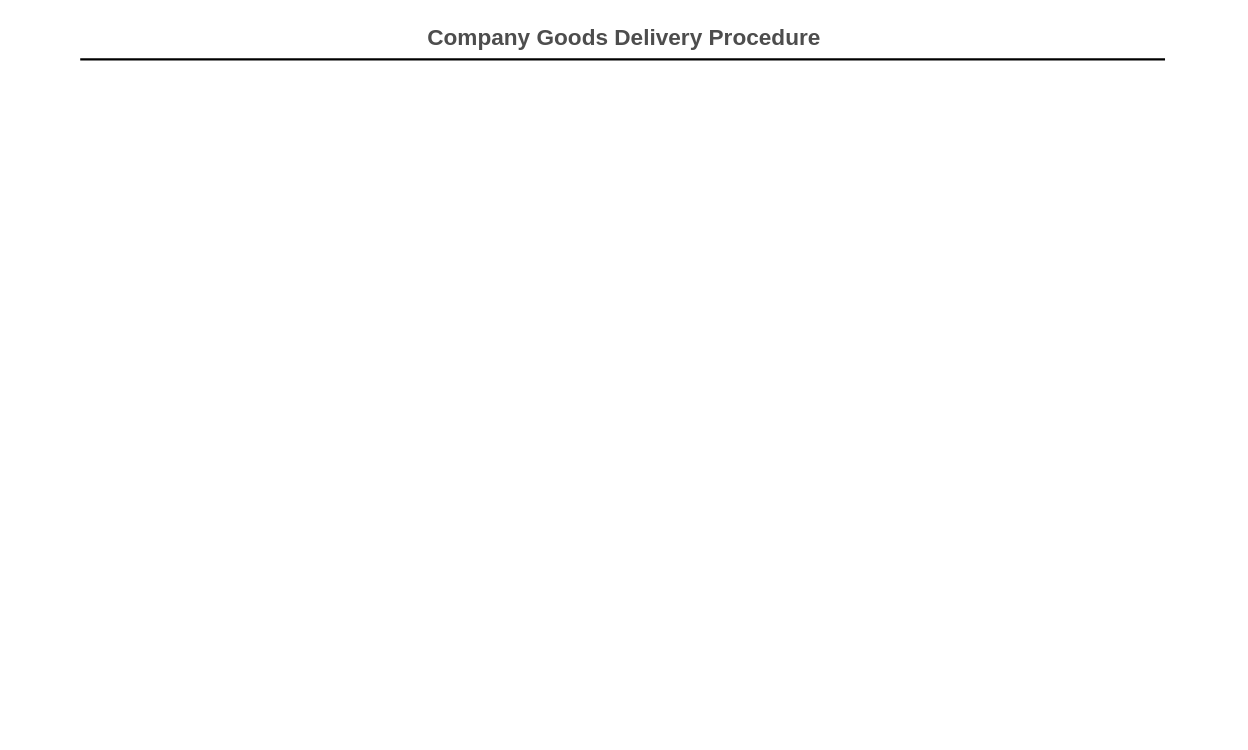
Earlier version of the draw.io diagram Untitled Diagram.drawio (dcc97/aws-kinesis-s3-athena). Source tidied: cells renumbered, new cells numbered last; positions are measured from the earlier drawing's top-left corner, leaving out a move shared by most shapes. Both pictures are drawn from the tidied source at 113%, with x=0, y=0 at pixel (80, 19). Pictures stored in the file or linked from it are replaced by grey dashed boxes.
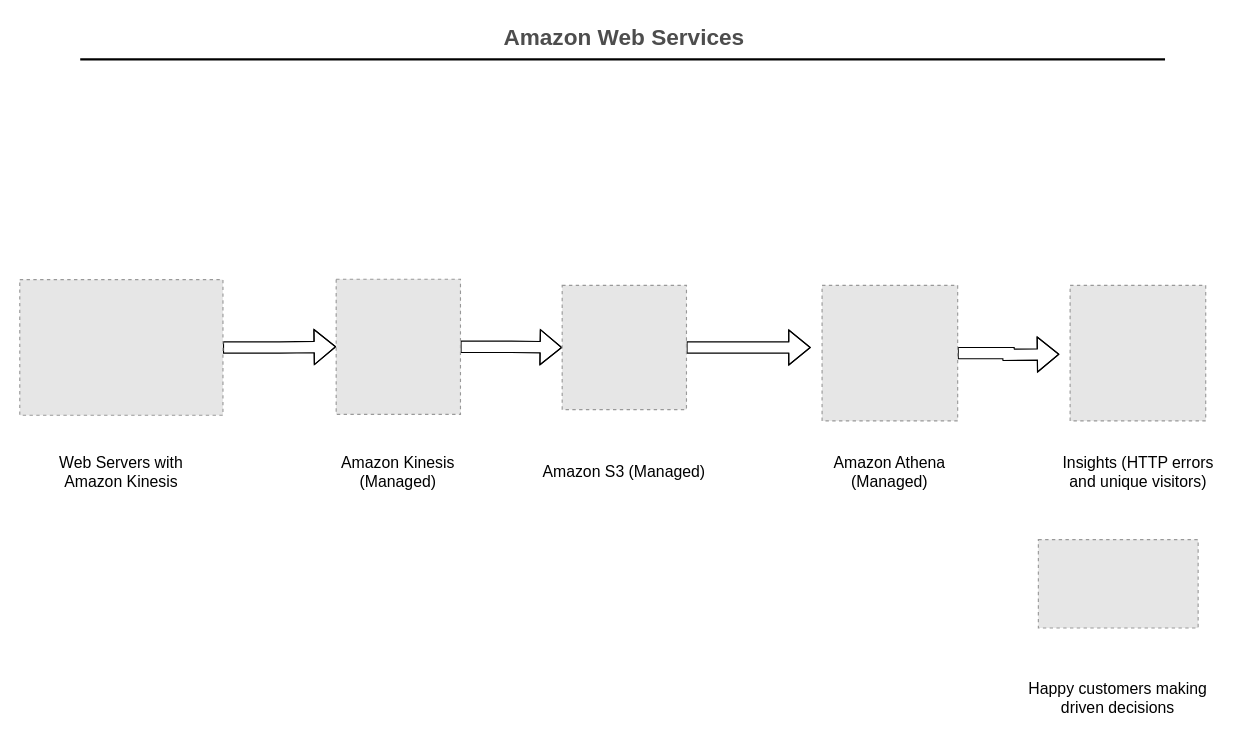
The same page after the edit.

Commit message:
Amazon Web Services Diagram 1.drawio

Diff of the diagram source:
```diff
@@
-    <mxCell id="2" value="Company Goods Delivery Procedure" style="text;html=1;strokeColor=none;fillColor=none;align=center;verticalAlign=middle;whiteSpace=wrap;rounded=0;fontStyle=1;fontSize=20;fontColor=#4D4D4D;" parent="1" vertex="1">
+    <mxCell id="2" value="Amazon Web Services" style="text;html=1;strokeColor=none;fillColor=none;align=center;verticalAlign=middle;whiteSpace=wrap;rounded=0;fontStyle=1;fontSize=20;fontColor=#4D4D4D;" parent="1" vertex="1">
       <mxGeometry x="85.5" width="790" height="30" as="geometry" />
     </mxCell>
@@
+    <mxCell id="4" style="edgeStyle=orthogonalEdgeStyle;shape=flexArrow;rounded=0;jettySize=auto;html=1;exitX=1;exitY=0.5;exitDx=0;exitDy=0;entryX=0;entryY=0.5;entryDx=0;entryDy=0;" parent="1" edge="1" source="5" target="7">
+      <mxGeometry relative="1" as="geometry" />
+    </mxCell>
+    <mxCell id="5" style="fillColor=#E6E6E6;strokeColor=#999999;dashed=1;verticalLabelPosition=bottom;verticalAlign=top;" parent="1" vertex="1">
+      <mxGeometry x="-54" y="230" width="179.8" height="120" as="geometry" />
+    </mxCell>
+    <mxCell id="6" style="edgeStyle=orthogonalEdgeStyle;shape=flexArrow;rounded=0;jettySize=auto;html=1;exitX=1;exitY=0.5;exitDx=0;exitDy=0;" parent="1" edge="1" source="7" target="9">
+      <mxGeometry relative="1" as="geometry" />
+    </mxCell>
+    <mxCell id="7" style="fillColor=#E6E6E6;strokeColor=#999999;dashed=1;verticalLabelPosition=bottom;labelBackgroundColor=default;verticalAlign=top;" parent="1" vertex="1">
+      <mxGeometry x="226" y="229.6" width="110" height="119.6" as="geometry" />
+    </mxCell>
+    <mxCell id="8" style="edgeStyle=orthogonalEdgeStyle;shape=flexArrow;rounded=0;jettySize=auto;html=1;exitX=1;exitY=0.5;exitDx=0;exitDy=0;" parent="1" edge="1" source="9">
+      <mxGeometry relative="1" as="geometry">
+        <mxPoint x="646" y="290" as="targetPoint" />
+      </mxGeometry>
+    </mxCell>
+    <mxCell id="9" style="fillColor=#E6E6E6;strokeColor=#999999;dashed=1;verticalLabelPosition=bottom;labelBackgroundColor=default;verticalAlign=top;" parent="1" vertex="1">
+      <mxGeometry x="426" y="235" width="110" height="110" as="geometry" />
+    </mxCell>
+    <mxCell id="10" style="edgeStyle=orthogonalEdgeStyle;shape=flexArrow;rounded=0;jettySize=auto;html=1;exitX=1;exitY=0.5;exitDx=0;exitDy=0;" parent="1" edge="1" source="11">
+      <mxGeometry relative="1" as="geometry">
+        <mxPoint x="866" y="296" as="targetPoint" />
+      </mxGeometry>
+    </mxCell>
+    <mxCell id="11" style="fillColor=#E6E6E6;strokeColor=#999999;dashed=1;verticalLabelPosition=bottom;labelBackgroundColor=default;verticalAlign=top;" parent="1" vertex="1">
+      <mxGeometry x="656" y="235" width="120" height="120" as="geometry" />
+    </mxCell>
+    <mxCell id="12" style="fillColor=#E6E6E6;strokeColor=#999999;dashed=1;verticalLabelPosition=bottom;labelBackgroundColor=default;verticalAlign=top;" parent="1" vertex="1">
+      <mxGeometry x="875.5" y="235" width="120" height="120" as="geometry" />
+    </mxCell>
+    <mxCell id="13" style="fillColor=#E6E6E6;strokeColor=#999999;dashed=1;verticalLabelPosition=bottom;labelBackgroundColor=default;verticalAlign=top;" parent="1" vertex="1">
+      <mxGeometry x="847.4" y="460" width="141.4" height="78.2" as="geometry" />
+    </mxCell>
+    <mxCell id="14" value="&lt;font style=&quot;font-size: 14px;&quot;&gt;Web Servers with Amazon Kinesis&lt;/font&gt;" style="text;strokeColor=none;align=center;fillColor=none;html=1;verticalAlign=middle;whiteSpace=wrap;rounded=0;" parent="1" vertex="1">
+      <mxGeometry x="-44" y="370" width="160" height="60" as="geometry" />
+    </mxCell>
+    <mxCell id="15" value="&lt;span style=&quot;font-size: 14px;&quot;&gt;Amazon Kinesis (Managed)&lt;/span&gt;" style="text;strokeColor=none;align=center;fillColor=none;html=1;verticalAlign=middle;whiteSpace=wrap;rounded=0;" parent="1" vertex="1">
+      <mxGeometry x="201" y="370" width="160" height="60" as="geometry" />
+    </mxCell>
+    <mxCell id="16" value="&lt;span style=&quot;font-size: 14px;&quot;&gt;Amazon S3 (Managed)&lt;/span&gt;" style="text;strokeColor=none;align=center;fillColor=none;html=1;verticalAlign=middle;whiteSpace=wrap;rounded=0;" parent="1" vertex="1">
+      <mxGeometry x="401" y="370" width="160" height="60" as="geometry" />
+    </mxCell>
+    <mxCell id="17" value="&lt;span style=&quot;font-size: 14px;&quot;&gt;Amazon Athena (Managed)&lt;/span&gt;" style="text;strokeColor=none;align=center;fillColor=none;html=1;verticalAlign=middle;whiteSpace=wrap;rounded=0;" parent="1" vertex="1">
+      <mxGeometry x="636" y="370" width="160" height="60" as="geometry" />
+    </mxCell>
+    <mxCell id="18" value="&lt;span style=&quot;font-size: 14px;&quot;&gt;Insights (HTTP errors and unique visitors)&lt;/span&gt;" style="text;strokeColor=none;align=center;fillColor=none;html=1;verticalAlign=middle;whiteSpace=wrap;rounded=0;" parent="1" vertex="1">
+      <mxGeometry x="855.5" y="370" width="160" height="60" as="geometry" />
+    </mxCell>
+    <mxCell id="19" value="&lt;span style=&quot;font-size: 14px;&quot;&gt;Happy customers making driven decisions&lt;/span&gt;" style="text;strokeColor=none;align=center;fillColor=none;html=1;verticalAlign=middle;whiteSpace=wrap;rounded=0;" parent="1" vertex="1">
+      <mxGeometry x="838.1" y="570" width="160" height="60" as="geometry" />
+    </mxCell>
```
